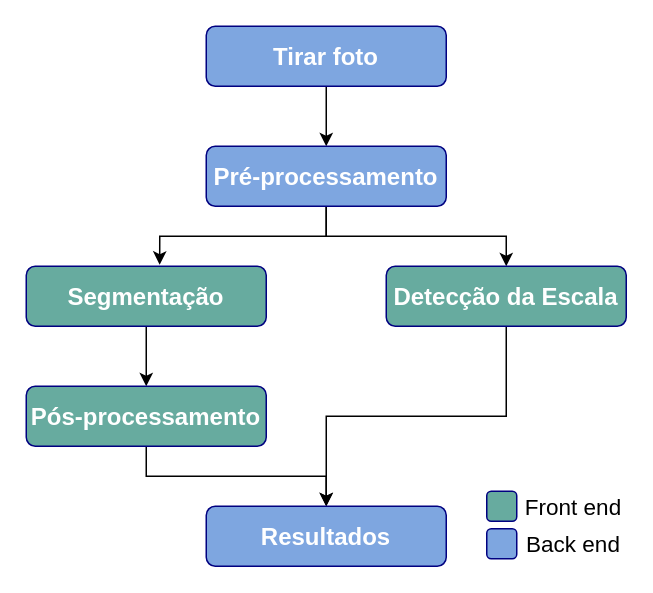
Earlier version of the draw.io diagram reports/figures/app_floxograma.drawio (JairoSSantos/PAC-project). Source tidied: cells renumbered, new cells numbered last; positions are measured from the earlier drawing's top-left corner, leaving out a move shared by most shapes. Both pictures are drawn from the tidied source at 150%, with x=0, y=0 at pixel (26, 26).
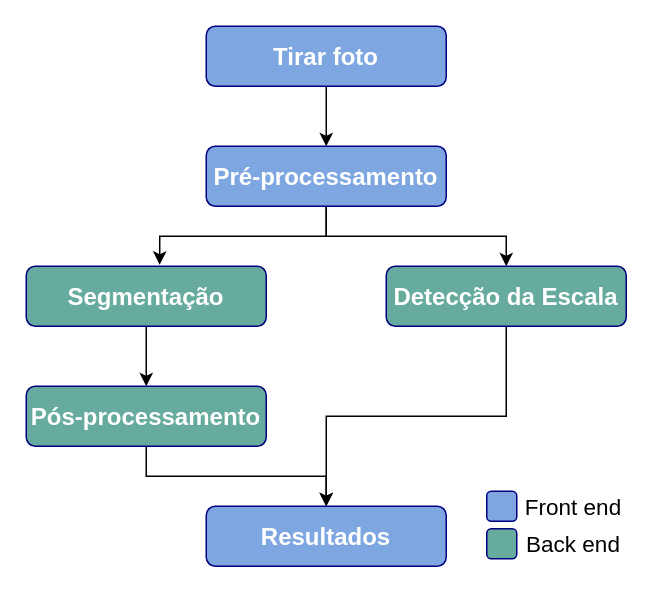
The same diagram, later.

Diff of the diagram source:
```diff
@@
 <mxGraphModel>
   <root>
     <mxCell id="0" />
     <mxCell id="1" parent="0" />
     <mxCell id="2" style="edgeStyle=orthogonalEdgeStyle;rounded=0;jettySize=auto;html=1;exitX=0.5;exitY=1;exitDx=0;exitDy=0;entryX=0.5;entryY=0;entryDx=0;entryDy=0;" parent="1" edge="1" source="3" target="6">
       <mxGeometry relative="1" as="geometry" />
     </mxCell>
     <mxCell id="3" value="&lt;font style=&quot;font-size: 16px;&quot;&gt;Tirar foto&lt;/font&gt;" style="rounded=1;whiteSpace=wrap;html=1;strokeColor=#000080;fillColor=#7EA6E0;fontStyle=1;fontColor=#FFFFFF;fontSize=16;" parent="1" vertex="1">
       <mxGeometry x="120" width="160" height="40" as="geometry" />
     </mxCell>
     <mxCell id="4" style="edgeStyle=orthogonalEdgeStyle;rounded=0;jettySize=auto;html=1;exitX=0.5;exitY=1;exitDx=0;exitDy=0;entryX=0.556;entryY=-0.025;entryDx=0;entryDy=0;entryPerimeter=0;" parent="1" edge="1" source="6" target="8">
       <mxGeometry relative="1" as="geometry" />
     </mxCell>
     <mxCell id="5" style="edgeStyle=orthogonalEdgeStyle;rounded=0;jettySize=auto;html=1;exitX=0.5;exitY=1;exitDx=0;exitDy=0;entryX=0.5;entryY=0;entryDx=0;entryDy=0;" parent="1" edge="1" source="6" target="10">
       <mxGeometry relative="1" as="geometry" />
     </mxCell>
     <mxCell id="6" value="&lt;font style=&quot;font-size: 16px;&quot;&gt;Pré-processamento&lt;/font&gt;" style="rounded=1;whiteSpace=wrap;html=1;strokeColor=#000080;fillColor=#7EA6E0;fontStyle=1;fontColor=#FFFFFF;fontSize=16;" parent="1" vertex="1">
       <mxGeometry x="120" y="80" width="160" height="40" as="geometry" />
     </mxCell>
     <mxCell id="7" style="edgeStyle=orthogonalEdgeStyle;rounded=0;jettySize=auto;html=1;exitX=0.5;exitY=1;exitDx=0;exitDy=0;entryX=0.5;entryY=0;entryDx=0;entryDy=0;" parent="1" edge="1" source="8" target="12">
       <mxGeometry relative="1" as="geometry" />
     </mxCell>
     <mxCell id="8" value="&lt;font style=&quot;font-size: 16px;&quot;&gt;Segmentação&lt;/font&gt;" style="rounded=1;whiteSpace=wrap;html=1;strokeColor=#000080;fillColor=#67AB9F;fontStyle=1;fontColor=#FFFFFF;fontSize=16;" parent="1" vertex="1">
       <mxGeometry y="160" width="160" height="40" as="geometry" />
     </mxCell>
     <mxCell id="9" style="edgeStyle=orthogonalEdgeStyle;rounded=0;jettySize=auto;html=1;exitX=0.5;exitY=1;exitDx=0;exitDy=0;entryX=0.5;entryY=0;entryDx=0;entryDy=0;" parent="1" edge="1" source="10" target="13">
       <mxGeometry relative="1" as="geometry" />
     </mxCell>
     <mxCell id="10" value="&lt;font style=&quot;font-size: 16px;&quot;&gt;Detecção da Escala&lt;/font&gt;" style="rounded=1;whiteSpace=wrap;html=1;strokeColor=#000080;fillColor=#67AB9F;fontStyle=1;fontColor=#FFFFFF;fontSize=16;" parent="1" vertex="1">
       <mxGeometry x="240" y="160" width="160" height="40" as="geometry" />
     </mxCell>
     <mxCell id="11" style="edgeStyle=orthogonalEdgeStyle;rounded=0;jettySize=auto;html=1;exitX=0.5;exitY=1;exitDx=0;exitDy=0;entryX=0.5;entryY=0;entryDx=0;entryDy=0;" parent="1" edge="1" source="12" target="13">
       <mxGeometry relative="1" as="geometry" />
     </mxCell>
     <mxCell id="12" value="&lt;font style=&quot;font-size: 16px;&quot;&gt;Pós-processamento&lt;/font&gt;" style="rounded=1;whiteSpace=wrap;html=1;strokeColor=#000080;fillColor=#67AB9F;fontStyle=1;fontColor=#FFFFFF;fontSize=16;" parent="1" vertex="1">
       <mxGeometry y="240" width="160" height="40" as="geometry" />
     </mxCell>
     <mxCell id="13" value="&lt;font style=&quot;font-size: 16px;&quot;&gt;Resultados&lt;/font&gt;" style="rounded=1;whiteSpace=wrap;html=1;strokeColor=#000080;fillColor=#7EA6E0;fontStyle=1;fontColor=#FFFFFF;fontSize=16;" parent="1" vertex="1">
       <mxGeometry x="120" y="320" width="160" height="40" as="geometry" />
     </mxCell>
-    <mxCell id="14" style="rounded=1;whiteSpace=wrap;html=1;strokeColor=#000080;fillColor=#67AB9F;fontStyle=1;fontColor=#FFFFFF;fontSize=16;" parent="1" vertex="1">
+    <mxCell id="14" style="rounded=1;whiteSpace=wrap;html=1;strokeColor=#000080;fillColor=#7EA6E0;fontStyle=1;fontColor=#FFFFFF;fontSize=16;" parent="1" vertex="1">
       <mxGeometry x="307" y="310" width="20" height="20" as="geometry" />
     </mxCell>
     <mxCell id="15" value="Front end" style="text;html=1;strokeColor=none;fillColor=none;align=center;verticalAlign=middle;whiteSpace=wrap;rounded=0;fontSize=15;" parent="1" vertex="1">
       <mxGeometry x="330" y="305" width="70" height="30" as="geometry" />
     </mxCell>
-    <mxCell id="16" style="rounded=1;whiteSpace=wrap;html=1;strokeColor=#000080;fillColor=#7EA6E0;fontStyle=1;fontColor=#FFFFFF;fontSize=16;" parent="1" vertex="1">
+    <mxCell id="16" style="rounded=1;whiteSpace=wrap;html=1;strokeColor=#000080;fillColor=#67AB9F;fontStyle=1;fontColor=#FFFFFF;fontSize=16;" parent="1" vertex="1">
       <mxGeometry x="307" y="335" width="20" height="20" as="geometry" />
     </mxCell>
     <mxCell id="17" value="Back end" style="text;html=1;strokeColor=none;fillColor=none;align=center;verticalAlign=middle;whiteSpace=wrap;rounded=0;fontSize=15;" parent="1" vertex="1">
       <mxGeometry x="330" y="330" width="70" height="30" as="geometry" />
     </mxCell>
   </root>
 </mxGraphModel>
```
